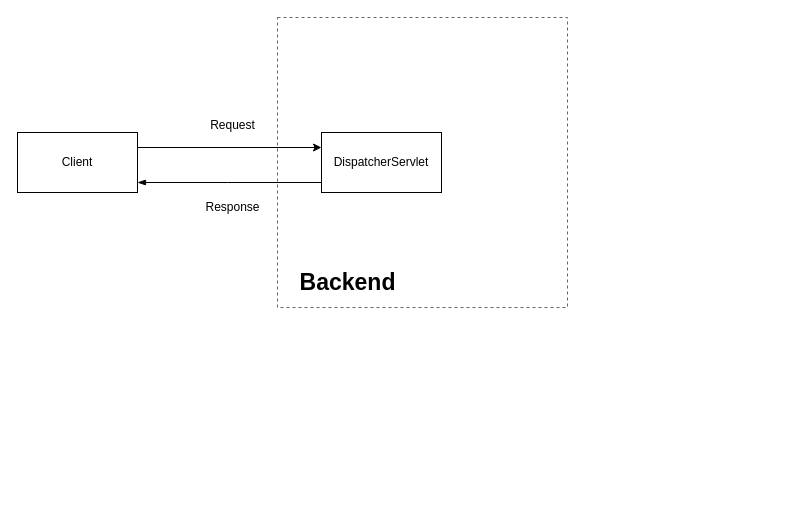
Earlier version of the draw.io diagram images/Diagrama sem nome.drawio (andrevier/blog). Source tidied: cells renumbered, new cells numbered last; positions are measured from the earlier drawing's top-left corner, leaving out a move shared by most shapes. Both pictures are drawn from the tidied source at 100%, with x=0, y=0 at pixel (17, 17).
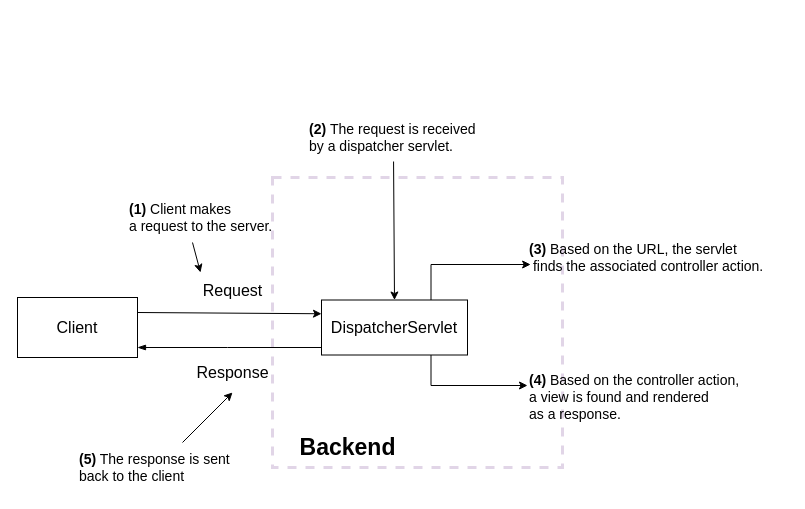
The same diagram, later.

The edit, as a diff of the source:
```diff
@@
-    <mxCell id="2" value="Client" style="rounded=0;whiteSpace=wrap;html=1;" parent="1" vertex="1">
-      <mxGeometry y="115" width="120" height="60" as="geometry" />
+    <mxCell id="2" value="Client" style="rounded=0;whiteSpace=wrap;html=1;fontSize=16;" parent="1" vertex="1">
+      <mxGeometry y="280" width="120" height="60" as="geometry" />
     </mxCell>
+    <mxCell id="4" style="whiteSpace=wrap;html=1;fillColor=none;fontColor=#333333;strokeColor=#E1D5E7;dashed=1;strokeWidth=3;" parent="1" vertex="1">
+      <mxGeometry x="255" y="160" width="290" height="290" as="geometry" />
+    </mxCell>
+    <mxCell id="10" style="edgeStyle=orthogonalEdgeStyle;rounded=0;jettySize=auto;html=1;entryX=0;entryY=0.3;entryDx=0;entryDy=0;entryPerimeter=0;exitX=0.75;exitY=1;exitDx=0;exitDy=0;" parent="1" edge="1" source="3" target="15">
+      <mxGeometry relative="1" as="geometry" />
+    </mxCell>
+    <mxCell id="11" style="edgeStyle=orthogonalEdgeStyle;rounded=0;jettySize=auto;html=1;exitX=0.75;exitY=0;exitDx=0;exitDy=0;entryX=0.012;entryY=0.64;entryDx=0;entryDy=0;entryPerimeter=0;" parent="1" edge="1" source="3" target="14">
+      <mxGeometry relative="1" as="geometry">
+        <Array as="points">
+          <mxPoint x="414" y="247" />
+        </Array>
+      </mxGeometry>
+    </mxCell>
-    <mxCell id="3" value="DispatcherServlet" style="rounded=0;whiteSpace=wrap;html=1;" parent="1" vertex="1">
-      <mxGeometry x="304" y="115" width="120" height="60" as="geometry" />
+    <mxCell id="3" value="DispatcherServlet" style="rounded=0;whiteSpace=wrap;html=1;fontSize=16;" parent="1" vertex="1">
+      <mxGeometry x="304" y="282.5" width="146" height="55" as="geometry" />
     </mxCell>
-    <mxCell id="4" style="whiteSpace=wrap;html=1;fillColor=none;fontColor=#333333;strokeColor=#666666;dashed=1;" parent="1" vertex="1">
-      <mxGeometry x="260" width="290" height="290" as="geometry" />
-    </mxCell>
-    <mxCell id="5" style="endArrow=classic;html=1;rounded=0;exitX=1;exitY=0.25;exitDx=0;exitDy=0;entryX=0;entryY=0.25;entryDx=0;entryDy=0;" parent="1" edge="1" source="2" target="3">
+    <mxCell id="5" style="endArrow=classic;html=1;rounded=0;exitX=1;exitY=0.25;exitDx=0;exitDy=0;entryX=0;entryY=0.25;entryDx=0;entryDy=0;fontSize=16;" parent="1" edge="1" source="2" target="3">
       <mxGeometry relative="1" as="geometry" />
     </mxCell>
-    <mxCell id="6" style="endArrow=none;html=1;rounded=0;exitX=1;exitY=0.25;exitDx=0;exitDy=0;entryX=0;entryY=0.25;entryDx=0;entryDy=0;startArrow=blockThin;startFill=1;endFill=0;" parent="1" edge="1">
+    <mxCell id="6" style="endArrow=none;html=1;rounded=0;exitX=1;exitY=0.25;exitDx=0;exitDy=0;entryX=0;entryY=0.25;entryDx=0;entryDy=0;startArrow=blockThin;startFill=1;endFill=0;fontSize=16;" parent="1" edge="1">
       <mxGeometry relative="1" as="geometry">
-        <mxPoint x="120" y="165" as="sourcePoint" />
-        <mxPoint x="304" y="165" as="targetPoint" />
+        <mxPoint x="120" y="330" as="sourcePoint" />
+        <mxPoint x="304" y="330" as="targetPoint" />
         <Array as="points">
-          <mxPoint x="210" y="165" />
+          <mxPoint x="210" y="330" />
         </Array>
       </mxGeometry>
     </mxCell>
-    <mxCell id="7" value="Request" style="text;html=1;align=center;verticalAlign=middle;points=[];strokeColor=none;fillColor=none;" parent="1" vertex="1">
-      <mxGeometry x="180" y="93" width="70" height="30" as="geometry" />
+    <mxCell id="7" value="Request" style="text;html=1;align=center;verticalAlign=middle;points=[];strokeColor=none;fillColor=none;fontSize=16;" parent="1" vertex="1">
+      <mxGeometry x="175" y="258" width="80" height="30" as="geometry" />
     </mxCell>
-    <mxCell id="8" value="Response" style="text;html=1;align=center;verticalAlign=middle;strokeColor=none;fillColor=none;" parent="1" vertex="1">
-      <mxGeometry x="175" y="175" width="80" height="30" as="geometry" />
+    <mxCell id="8" value="Response" style="text;html=1;align=center;verticalAlign=middle;strokeColor=none;fillColor=none;fontSize=16;" parent="1" vertex="1">
+      <mxGeometry x="165" y="340" width="100" height="30" as="geometry" />
     </mxCell>
     <mxCell id="9" value="&lt;b&gt;&lt;font style=&quot;font-size: 23px;&quot;&gt;Backend&lt;/font&gt;&lt;/b&gt;" style="text;html=1;align=center;verticalAlign=middle;strokeColor=none;fillColor=none;dashed=1;" parent="1" vertex="1">
-      <mxGeometry x="270" y="245" width="120" height="40" as="geometry" />
+      <mxGeometry x="270" y="410" width="120" height="40" as="geometry" />
     </mxCell>
+    <mxCell id="12" value="&lt;div style=&quot;font-size: 14px;&quot;&gt;&lt;span style=&quot;background-color: initial; font-size: 14px;&quot;&gt;&lt;b style=&quot;font-size: 14px;&quot;&gt;(1)&lt;/b&gt; Client makes&amp;nbsp;&lt;/span&gt;&lt;/div&gt;&lt;div style=&quot;font-size: 14px;&quot;&gt;&lt;span style=&quot;background-color: initial; font-size: 14px;&quot;&gt;a request&lt;/span&gt;&lt;span style=&quot;background-color: initial;&quot;&gt;&amp;nbsp;to the server.&lt;/span&gt;&lt;/div&gt;" style="text;html=1;align=left;verticalAlign=middle;fillColor=none;strokeColor=none;dashed=1;fontSize=14;" parent="1" vertex="1">
+      <mxGeometry x="110" y="175" width="170" height="50" as="geometry" />
+    </mxCell>
+    <mxCell id="13" value="&lt;b style=&quot;font-size: 14px;&quot;&gt;(2) &lt;/b&gt;The request is received &lt;br style=&quot;font-size: 14px;&quot;&gt;by a dispatcher servlet." style="text;html=1;align=left;verticalAlign=middle;points=[];strokeColor=none;fillColor=none;fontSize=14;" parent="1" vertex="1">
+      <mxGeometry x="290" y="95" width="190" height="50" as="geometry" />
+    </mxCell>
+    <mxCell id="14" value="&lt;b style=&quot;font-size: 14px;&quot;&gt;(3)&lt;/b&gt; Based on the URL, the servlet&lt;br style=&quot;font-size: 14px;&quot;&gt;&amp;nbsp;finds the associated controller action." style="text;html=1;align=left;verticalAlign=middle;points=[];strokeColor=none;fillColor=none;fontSize=14;" parent="1" vertex="1">
+      <mxGeometry x="510" y="215" width="260" height="50" as="geometry" />
+    </mxCell>
+    <mxCell id="15" value="&lt;b style=&quot;font-size: 14px;&quot;&gt;(4)&amp;nbsp;&lt;/b&gt;Based on the controller action, &lt;br style=&quot;font-size: 14px;&quot;&gt;a view is found and rendered &lt;br style=&quot;font-size: 14px;&quot;&gt;as a response." style="text;html=1;align=left;verticalAlign=middle;points=[];strokeColor=none;fillColor=none;fontSize=14;" parent="1" vertex="1">
+      <mxGeometry x="510" y="350" width="230" height="60" as="geometry" />
+    </mxCell>
+    <mxCell id="16" style="endArrow=classic;html=1;rounded=0;entryX=0.1;entryY=-0.1;entryDx=0;entryDy=0;entryPerimeter=0;" parent="1" edge="1" target="7">
+      <mxGeometry relative="1" as="geometry">
+        <mxPoint x="175" y="225" as="sourcePoint" />
+      </mxGeometry>
+    </mxCell>
+    <mxCell id="17" style="endArrow=classic;html=1;rounded=0;entryX=0.5;entryY=0;entryDx=0;entryDy=0;exitX=0.453;exitY=0.98;exitDx=0;exitDy=0;exitPerimeter=0;" parent="1" edge="1" source="13" target="3">
+      <mxGeometry relative="1" as="geometry" />
+    </mxCell>
+    <mxCell id="18" value="&lt;b&gt;(5)&lt;/b&gt; The response is sent &lt;br style=&quot;font-size: 14px;&quot;&gt;back to the client" style="text;html=1;align=left;verticalAlign=middle;strokeColor=none;fillColor=none;fontSize=14;" parent="1" vertex="1">
+      <mxGeometry x="60" y="425" width="170" height="50" as="geometry" />
+    </mxCell>
+    <mxCell id="19" style="endArrow=classic;html=1;rounded=0;" parent="1" edge="1">
+      <mxGeometry relative="1" as="geometry">
+        <mxPoint x="165" y="425" as="sourcePoint" />
+        <mxPoint x="215" y="375" as="targetPoint" />
+      </mxGeometry>
+    </mxCell>
```
